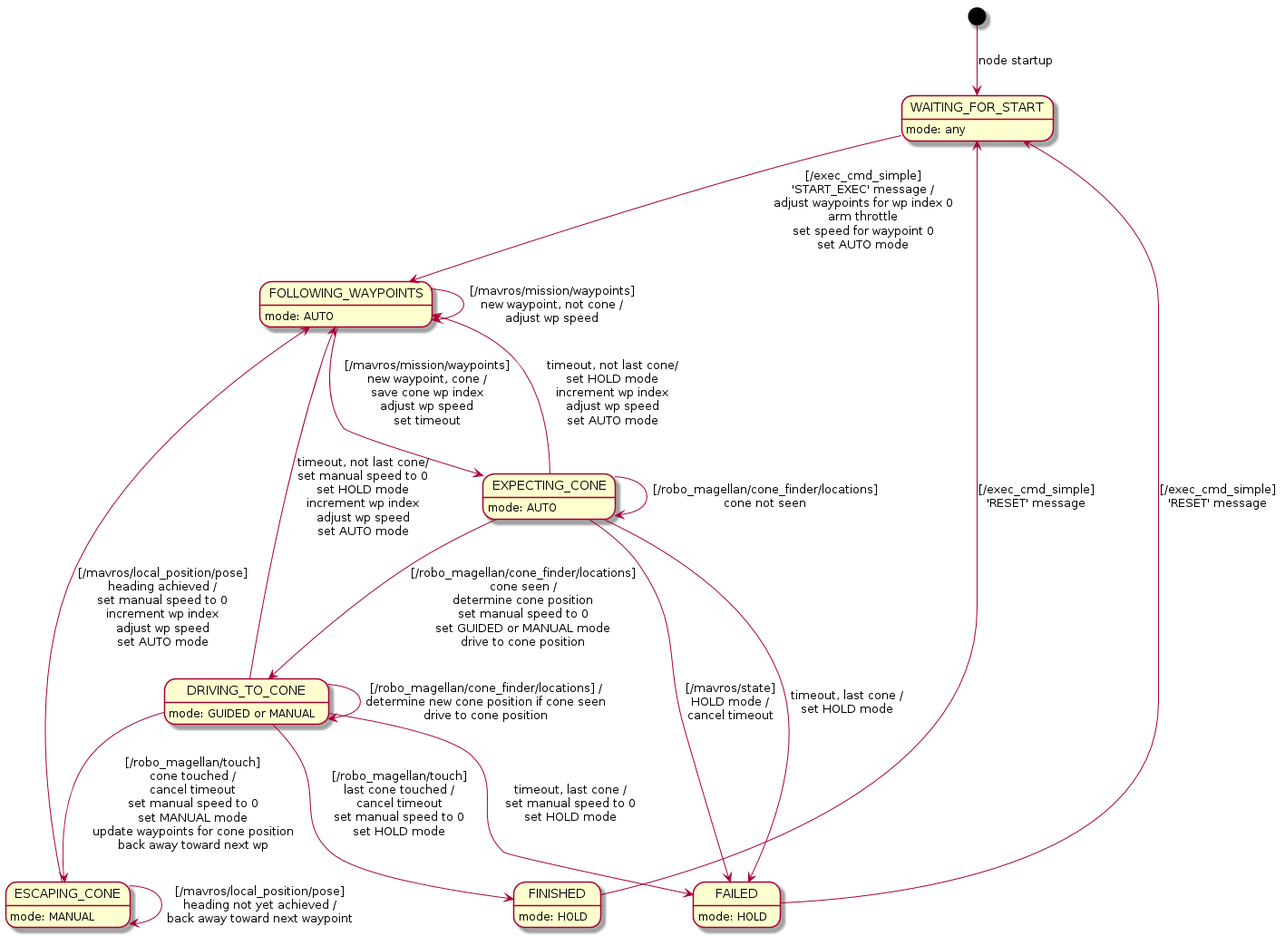
ProgrammingRobotsStudyGroup/robo_magellan keeps this PlantUML diagram as doc/state-diagram.png. Above is the earlier version.
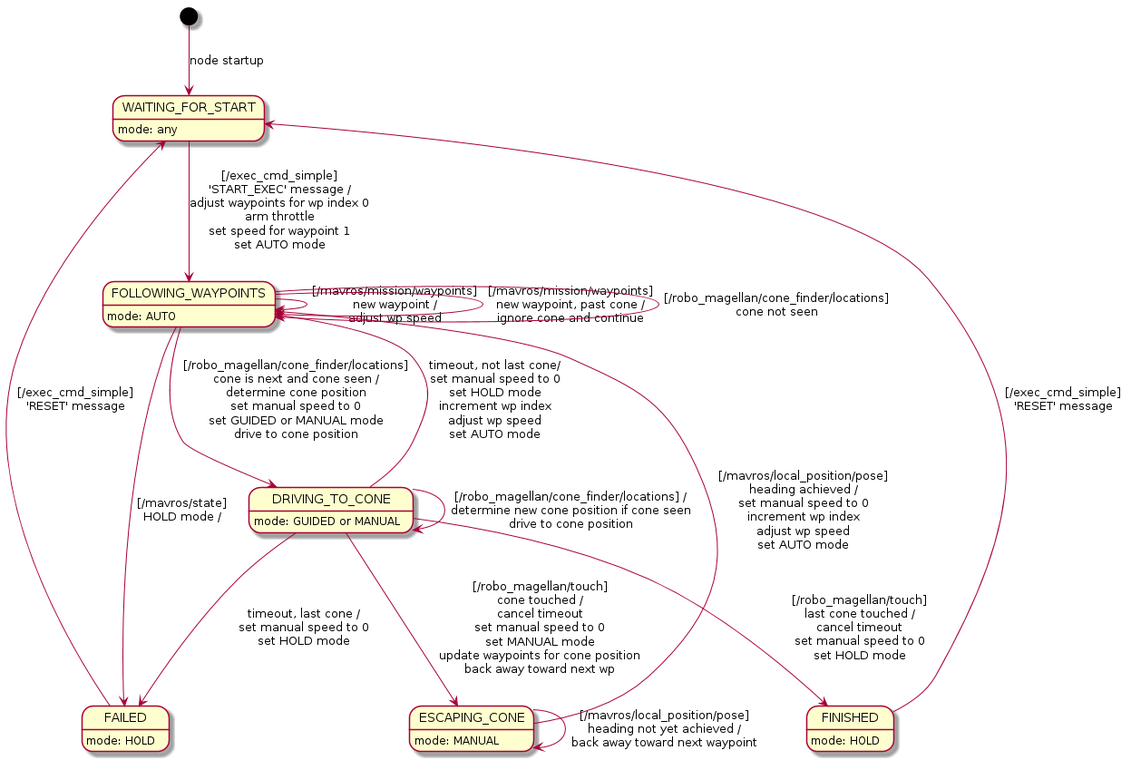
After the commit.

Commit message:
Update state diagram to match current code

Change to the diagram source:
```diff
@@ -4,20 +4,15 @@
 
 state "WAITING_FOR_START" as waitingForStart
 waitingForStart : mode: any
-waitingForStart --> followingWaypoints : [/exec_cmd_simple]\n'START_EXEC' message /\nadjust waypoints for wp index 0\narm throttle\nset speed for waypoint 0\nset AUTO mode
+waitingForStart --> followingWaypoints : [/exec_cmd_simple]\n'START_EXEC' message /\nadjust waypoints for wp index 0\narm throttle\nset speed for waypoint 1\nset AUTO mode
 
 state "FOLLOWING_WAYPOINTS" as followingWaypoints
 followingWaypoints: mode: AUTO
-followingWaypoints --> followingWaypoints : [/mavros/mission/waypoints]\nnew waypoint, not cone /\nadjust wp speed
-followingWaypoints --> expectingCone : [/mavros/mission/waypoints]\nnew waypoint, cone /\nsave cone wp index\nadjust wp speed\nset timeout
-
-state "EXPECTING_CONE" as expectingCone
-expectingCone: mode: AUTO
-expectingCone --> expectingCone : [/robo_magellan/cone_finder/locations]\ncone not seen
-expectingCone --> followingWaypoints : timeout, not last cone/\nset HOLD mode\nincrement wp index\nadjust wp speed\nset AUTO mode
-expectingCone --> drivingToCone : [/robo_magellan/cone_finder/locations]\ncone seen /\ndetermine cone position\nset manual speed to 0\nset GUIDED or MANUAL mode\ndrive to cone position
-expectingCone --> failed : [/mavros/state]\nHOLD mode /\ncancel timeout
-expectingCone --> failed : timeout, last cone /\nset HOLD mode
+followingWaypoints --> followingWaypoints : [/mavros/mission/waypoints]\nnew waypoint /\nadjust wp speed
+followingWaypoints --> followingWaypoints : [/mavros/mission/waypoints]\nnew waypoint, past cone /\nignore cone and continue
+followingWaypoints --> followingWaypoints : [/robo_magellan/cone_finder/locations]\ncone not seen
+followingWaypoints --> drivingToCone : [/robo_magellan/cone_finder/locations]\ncone is next and cone seen /\ndetermine cone position\nset manual speed to 0\nset GUIDED or MANUAL mode\ndrive to cone position
+followingWaypoints --> failed : [/mavros/state]\nHOLD mode /
 
 state "DRIVING_TO_CONE" as drivingToCone
 drivingToCone: mode: GUIDED or MANUAL
```
